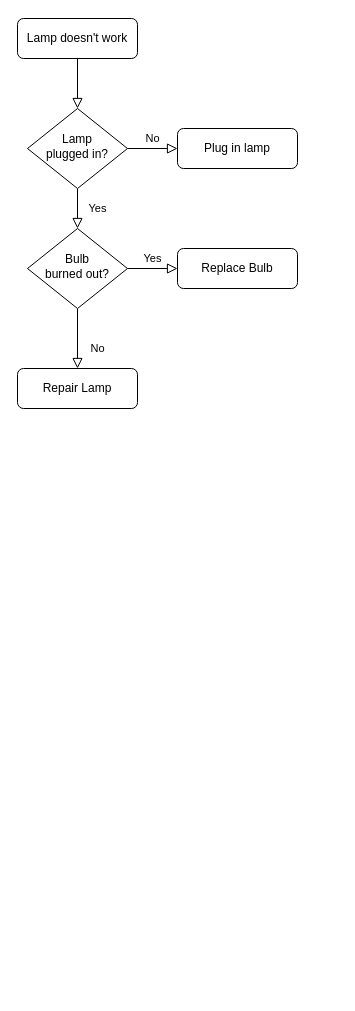
Before: visvaris.drawio in mafioznik101/Visvaris-Game, a draw.io diagram. Source tidied: cells renumbered, new cells numbered last; positions are measured from the earlier drawing's top-left corner, leaving out a move shared by most shapes. Both pictures are drawn from the tidied source at 100%, with x=0, y=0 at pixel (17, 18).
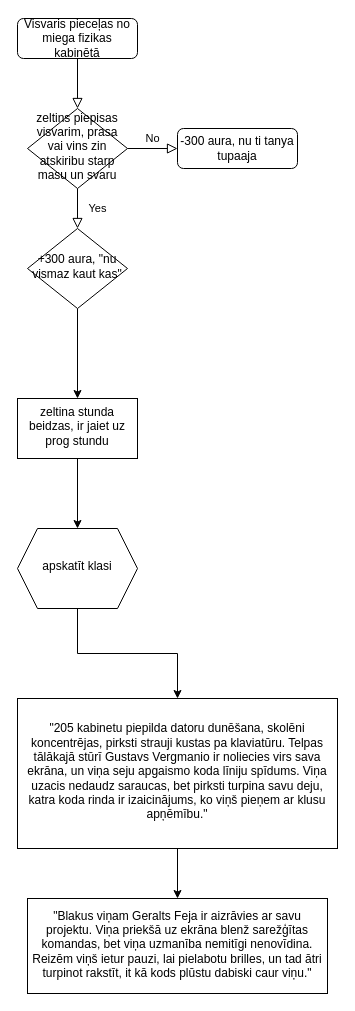
Above is the later version.

What changed in the source:
```diff
@@
 <mxGraphModel>
   <root>
     <mxCell id="0" />
     <mxCell id="1" parent="0" />
     <mxCell id="2" style="rounded=0;html=1;jettySize=auto;fontSize=11;endArrow=block;endFill=0;endSize=8;strokeWidth=1;shadow=0;labelBackgroundColor=none;edgeStyle=orthogonalEdgeStyle;" parent="1" edge="1" source="3" target="6">
       <mxGeometry relative="1" as="geometry" />
     </mxCell>
-    <mxCell id="3" value="Lamp doesn't work" style="rounded=1;whiteSpace=wrap;html=1;fontSize=12;glass=0;strokeWidth=1;shadow=0;" parent="1" vertex="1">
+    <mxCell id="3" value="Visvaris pieceļas no miega fizikas kabinētā" style="rounded=1;whiteSpace=wrap;html=1;fontSize=12;glass=0;strokeWidth=1;shadow=0;" parent="1" vertex="1">
       <mxGeometry width="120" height="40" as="geometry" />
     </mxCell>
     <mxCell id="4" value="Yes" style="rounded=0;html=1;jettySize=auto;fontSize=11;endArrow=block;endFill=0;endSize=8;strokeWidth=1;shadow=0;labelBackgroundColor=none;edgeStyle=orthogonalEdgeStyle;" parent="1" edge="1" source="6" target="10">
       <mxGeometry y="20" relative="1" as="geometry" />
     </mxCell>
     <mxCell id="5" value="No" style="edgeStyle=orthogonalEdgeStyle;rounded=0;html=1;jettySize=auto;fontSize=11;endArrow=block;endFill=0;endSize=8;strokeWidth=1;shadow=0;labelBackgroundColor=none;" parent="1" edge="1" source="6" target="7">
       <mxGeometry y="10" relative="1" as="geometry" />
     </mxCell>
-    <mxCell id="6" value="Lamp&lt;br&gt;plugged in?" style="rhombus;whiteSpace=wrap;html=1;shadow=0;fontFamily=Helvetica;fontSize=12;align=center;strokeWidth=1;spacing=6;spacingTop=-4;" parent="1" vertex="1">
+    <mxCell id="6" value="zeltins piepisas visvarim, prasa vai vins zin atskiribu starp masu un svaru" style="rhombus;whiteSpace=wrap;html=1;shadow=0;fontFamily=Helvetica;fontSize=12;align=center;strokeWidth=1;spacing=6;spacingTop=-4;" parent="1" vertex="1">
       <mxGeometry x="10" y="90" width="100" height="80" as="geometry" />
     </mxCell>
-    <mxCell id="7" value="Plug in lamp" style="rounded=1;whiteSpace=wrap;html=1;fontSize=12;glass=0;strokeWidth=1;shadow=0;" parent="1" vertex="1">
+    <mxCell id="7" value="-300 aura, nu ti tanya tupaaja" style="rounded=1;whiteSpace=wrap;html=1;fontSize=12;glass=0;strokeWidth=1;shadow=0;" parent="1" vertex="1">
       <mxGeometry x="160" y="110" width="120" height="40" as="geometry" />
     </mxCell>
-    <mxCell id="8" value="No" style="rounded=0;html=1;jettySize=auto;fontSize=11;endArrow=block;endFill=0;endSize=8;strokeWidth=1;shadow=0;labelBackgroundColor=none;edgeStyle=orthogonalEdgeStyle;" parent="1" edge="1" source="10" target="11">
-      <mxGeometry x="0.33" y="20" relative="1" as="geometry" />
-    </mxCell>
-    <mxCell id="9" value="Yes" style="edgeStyle=orthogonalEdgeStyle;rounded=0;html=1;jettySize=auto;fontSize=11;endArrow=block;endFill=0;endSize=8;strokeWidth=1;shadow=0;labelBackgroundColor=none;" parent="1" edge="1" source="10" target="12">
-      <mxGeometry y="10" relative="1" as="geometry" />
-    </mxCell>
+    <mxCell id="13" style="edgeStyle=orthogonalEdgeStyle;rounded=0;jettySize=auto;html=1;" parent="1" edge="1" source="10" target="15">
+      <mxGeometry relative="1" as="geometry" />
+    </mxCell>
-    <mxCell id="10" value="Bulb&lt;br&gt;burned out?" style="rhombus;whiteSpace=wrap;html=1;shadow=0;fontFamily=Helvetica;fontSize=12;align=center;strokeWidth=1;spacing=6;spacingTop=-4;" parent="1" vertex="1">
+    <mxCell id="10" value="+300 aura, &quot;nu vismaz kaut kas&quot;" style="rhombus;whiteSpace=wrap;html=1;shadow=0;fontFamily=Helvetica;fontSize=12;align=center;strokeWidth=1;spacing=6;spacingTop=-4;" parent="1" vertex="1">
       <mxGeometry x="10" y="210" width="100" height="80" as="geometry" />
     </mxCell>
-    <mxCell id="11" value="Repair Lamp" style="rounded=1;whiteSpace=wrap;html=1;fontSize=12;glass=0;strokeWidth=1;shadow=0;" parent="1" vertex="1">
-      <mxGeometry y="350" width="120" height="40" as="geometry" />
-    </mxCell>
-    <mxCell id="12" value="Replace Bulb" style="rounded=1;whiteSpace=wrap;html=1;fontSize=12;glass=0;strokeWidth=1;shadow=0;" parent="1" vertex="1">
-      <mxGeometry x="160" y="230" width="120" height="40" as="geometry" />
-    </mxCell>
+    <mxCell id="14" style="edgeStyle=orthogonalEdgeStyle;rounded=0;jettySize=auto;html=1;" parent="1" edge="1" source="15" target="17">
+      <mxGeometry relative="1" as="geometry" />
+    </mxCell>
+    <mxCell id="15" value="zeltina stunda beidzas, ir jaiet uz prog stundu" style="whiteSpace=wrap;html=1;shadow=0;strokeWidth=1;spacing=6;spacingTop=-4;" parent="1" vertex="1">
+      <mxGeometry y="380" width="120" height="60" as="geometry" />
+    </mxCell>
+    <mxCell id="16" style="edgeStyle=orthogonalEdgeStyle;rounded=0;jettySize=auto;html=1;" parent="1" edge="1" source="17" target="19">
+      <mxGeometry relative="1" as="geometry" />
+    </mxCell>
+    <mxCell id="17" value="apskatīt klasi" style="shape=hexagon;perimeter=hexagonPerimeter2;whiteSpace=wrap;html=1;fixedSize=1;shadow=0;strokeWidth=1;spacing=6;spacingTop=-4;" parent="1" vertex="1">
+      <mxGeometry y="510" width="120" height="80" as="geometry" />
+    </mxCell>
+    <mxCell id="18" style="edgeStyle=orthogonalEdgeStyle;rounded=0;jettySize=auto;html=1;" parent="1" edge="1" source="19" target="20">
+      <mxGeometry relative="1" as="geometry" />
+    </mxCell>
+    <mxCell id="19" value="&quot;205 kabinetu piepilda datoru dunēšana, skolēni koncentrējas, pirksti strauji kustas pa klaviatūru. Telpas tālākajā stūrī Gustavs Vergmanio ir noliecies virs sava ekrāna, un viņa seju apgaismo koda līniju spīdums. Viņa uzacis nedaudz saraucas, bet pirksti turpina savu deju, katra koda rinda ir izaicinājums, ko viņš pieņem ar klusu apņēmību.&quot;" style="whiteSpace=wrap;html=1;shadow=0;strokeWidth=1;spacing=6;spacingTop=-4;" parent="1" vertex="1">
+      <mxGeometry y="680" width="320" height="150" as="geometry" />
+    </mxCell>
+    <mxCell id="20" value="&quot;Blakus viņam Geralts Feja ir aizrāvies ar savu projektu. Viņa priekšā uz ekrāna blenž sarežģītas komandas, bet viņa uzmanība nemitīgi nenovīdina. Reizēm viņš ietur pauzi, lai pielabotu brilles, un tad ātri turpinot rakstīt, it kā kods plūstu dabiski caur viņu.&quot;" style="whiteSpace=wrap;html=1;shadow=0;strokeWidth=1;spacing=6;spacingTop=-4;" parent="1" vertex="1">
+      <mxGeometry x="10" y="880" width="300" height="95" as="geometry" />
+    </mxCell>
   </root>
 </mxGraphModel>
```
